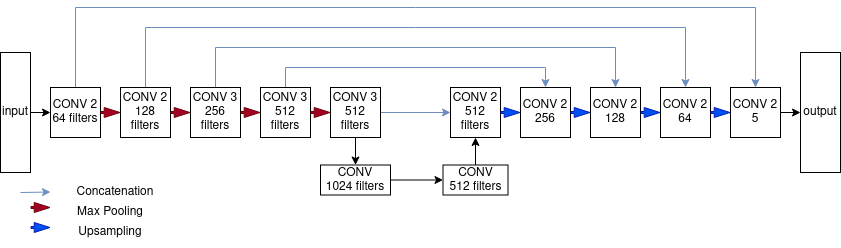
This is vgg16-unet-transfer.drawio.png from SimonMoritz/deep-learning, a draw.io export, as it was before one commit. Source tidied: cells renumbered, new cells last; positions are measured from the earlier drawing's top-left corner, leaving out a move shared by most shapes.
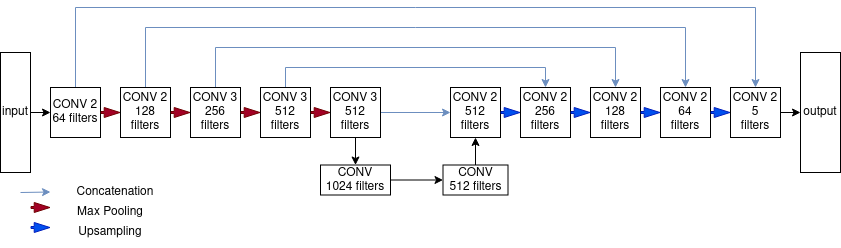
Above is the later version.

The edit, as a diff of the source:
```diff
@@ -59,10 +59,10 @@
     <mxCell id="15" value="&lt;div&gt;CONV 2&lt;br&gt;&lt;/div&gt;&lt;div&gt;512&lt;/div&gt;&lt;div&gt;filters&lt;br&gt;&lt;/div&gt;" style="whiteSpace=wrap;html=1;" parent="1" vertex="1">
       <mxGeometry x="450" y="80" width="50" height="50" as="geometry" />
     </mxCell>
-    <mxCell id="16" value="&lt;div&gt;CONV 2&lt;br&gt;&lt;/div&gt;&lt;div&gt;256&lt;br&gt;&lt;/div&gt;" style="whiteSpace=wrap;html=1;" parent="1" vertex="1">
+    <mxCell id="16" value="&lt;div&gt;CONV 2&lt;br&gt;&lt;/div&gt;&lt;div&gt;256&lt;/div&gt;&lt;div&gt;filters&lt;/div&gt;" style="whiteSpace=wrap;html=1;" parent="1" vertex="1">
       <mxGeometry x="520" y="80" width="50" height="50" as="geometry" />
     </mxCell>
-    <mxCell id="17" value="&lt;div&gt;CONV 2&lt;br&gt;&lt;/div&gt;&lt;div&gt;128&lt;br&gt;&lt;/div&gt;" style="whiteSpace=wrap;html=1;" parent="1" vertex="1">
+    <mxCell id="17" value="&lt;div&gt;CONV 2&lt;br&gt;&lt;/div&gt;&lt;div&gt;128&lt;/div&gt;&lt;div&gt;filters&lt;/div&gt;" style="whiteSpace=wrap;html=1;" parent="1" vertex="1">
       <mxGeometry x="590" y="80" width="50" height="50" as="geometry" />
     </mxCell>
     <mxCell id="18" style="edgeStyle=orthogonalEdgeStyle;rounded=0;jettySize=auto;html=1;exitX=0.5;exitY=0;exitDx=0;exitDy=0;entryX=0.5;entryY=0;entryDx=0;entryDy=0;fillColor=#dae8fc;strokeColor=#6c8ebf;" parent="1" edge="1" source="19" target="16">
@@ -89,7 +89,7 @@
     <mxCell id="25" style="shape=flexArrow;endArrow=classic;html=1;rounded=0;fillColor=#0050ef;strokeColor=#001DBC;width=2;endSize=4.93;entryX=0;entryY=0.5;entryDx=0;entryDy=0;endWidth=7;exitX=1;exitY=0.5;exitDx=0;exitDy=0;" parent="1" edge="1" source="16" target="17">
       <mxGeometry relative="1" as="geometry" />
     </mxCell>
-    <mxCell id="26" value="&lt;div&gt;CONV 2&lt;br&gt;&lt;/div&gt;&lt;div&gt;64&lt;br&gt;&lt;/div&gt;" style="whiteSpace=wrap;html=1;" parent="1" vertex="1">
+    <mxCell id="26" value="&lt;div&gt;CONV 2&lt;br&gt;&lt;/div&gt;&lt;div&gt;64&lt;br&gt;&lt;/div&gt;&lt;div&gt;filters&lt;/div&gt;" style="whiteSpace=wrap;html=1;" parent="1" vertex="1">
       <mxGeometry x="660" y="80" width="50" height="50" as="geometry" />
     </mxCell>
     <mxCell id="27" style="shape=flexArrow;endArrow=classic;html=1;rounded=0;fillColor=#0050ef;strokeColor=#001DBC;width=2;endSize=4.93;entryX=0;entryY=0.5;entryDx=0;entryDy=0;endWidth=7;exitX=1;exitY=0.5;exitDx=0;exitDy=0;" parent="1" edge="1" source="17" target="26">
@@ -98,7 +98,7 @@
     <mxCell id="28" style="edgeStyle=orthogonalEdgeStyle;rounded=0;jettySize=auto;html=1;exitX=1;exitY=0.5;exitDx=0;exitDy=0;entryX=0.5;entryY=1;entryDx=0;entryDy=0;" parent="1" edge="1" source="29" target="33">
       <mxGeometry relative="1" as="geometry" />
     </mxCell>
-    <mxCell id="29" value="&lt;div&gt;CONV 2&lt;br&gt;&lt;/div&gt;&lt;div&gt;5&lt;br&gt;&lt;/div&gt;" style="whiteSpace=wrap;html=1;" parent="1" vertex="1">
+    <mxCell id="29" value="&lt;div&gt;CONV 2&lt;br&gt;&lt;/div&gt;&lt;div&gt;5&lt;br&gt;&lt;/div&gt;&lt;div&gt;filters&lt;/div&gt;" style="whiteSpace=wrap;html=1;" parent="1" vertex="1">
       <mxGeometry x="730" y="80" width="50" height="50" as="geometry" />
     </mxCell>
     <mxCell id="30" style="shape=flexArrow;endArrow=classic;html=1;rounded=0;fillColor=#0050ef;strokeColor=#001DBC;width=2;endSize=4.93;entryX=0;entryY=0.5;entryDx=0;entryDy=0;endWidth=7;exitX=1;exitY=0.5;exitDx=0;exitDy=0;" parent="1" edge="1" source="26" target="29">
```
